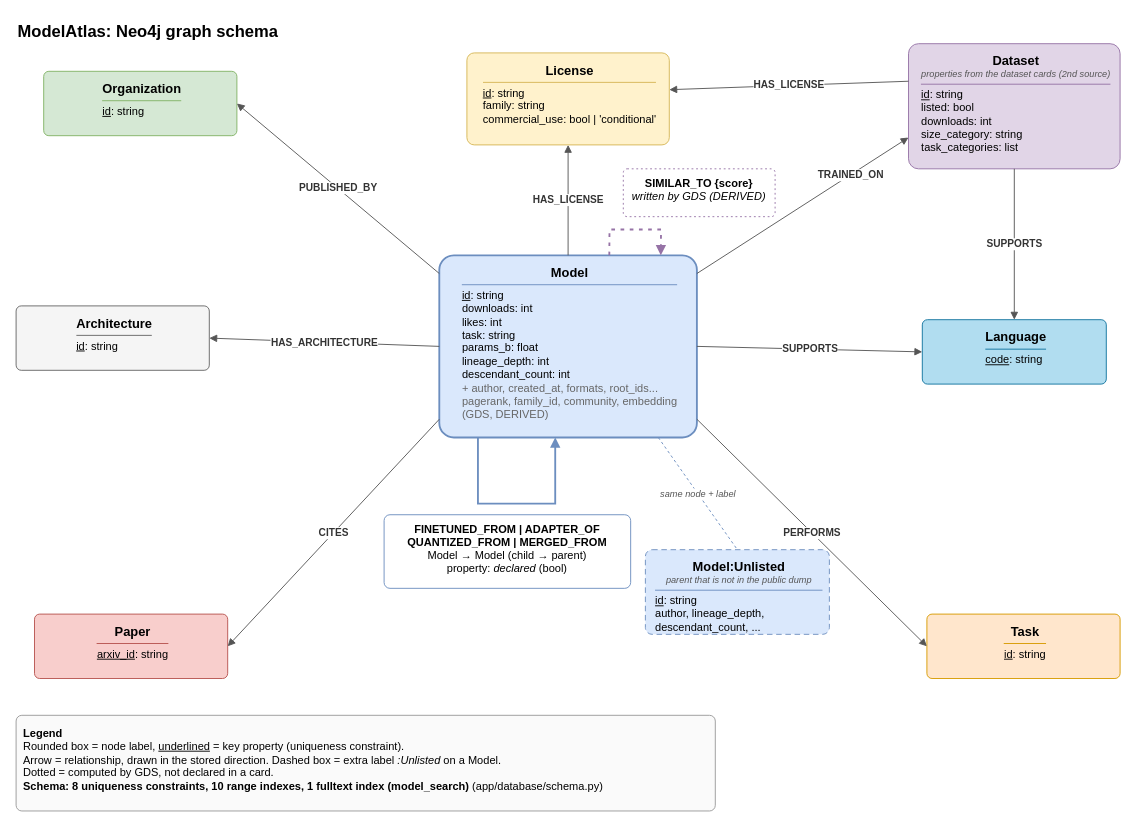
mariusrang/ModelAtlas keeps this draw.io diagram as docs/diagrams/graph_schema.drawio. Above is the earlier version. Source tidied: cells renumbered, new cells numbered last; positions are measured from the earlier drawing's top-left corner, leaving out a move shared by most shapes. Both pictures are drawn from the tidied source at 92%, with x=0, y=0 at pixel (16, 16).
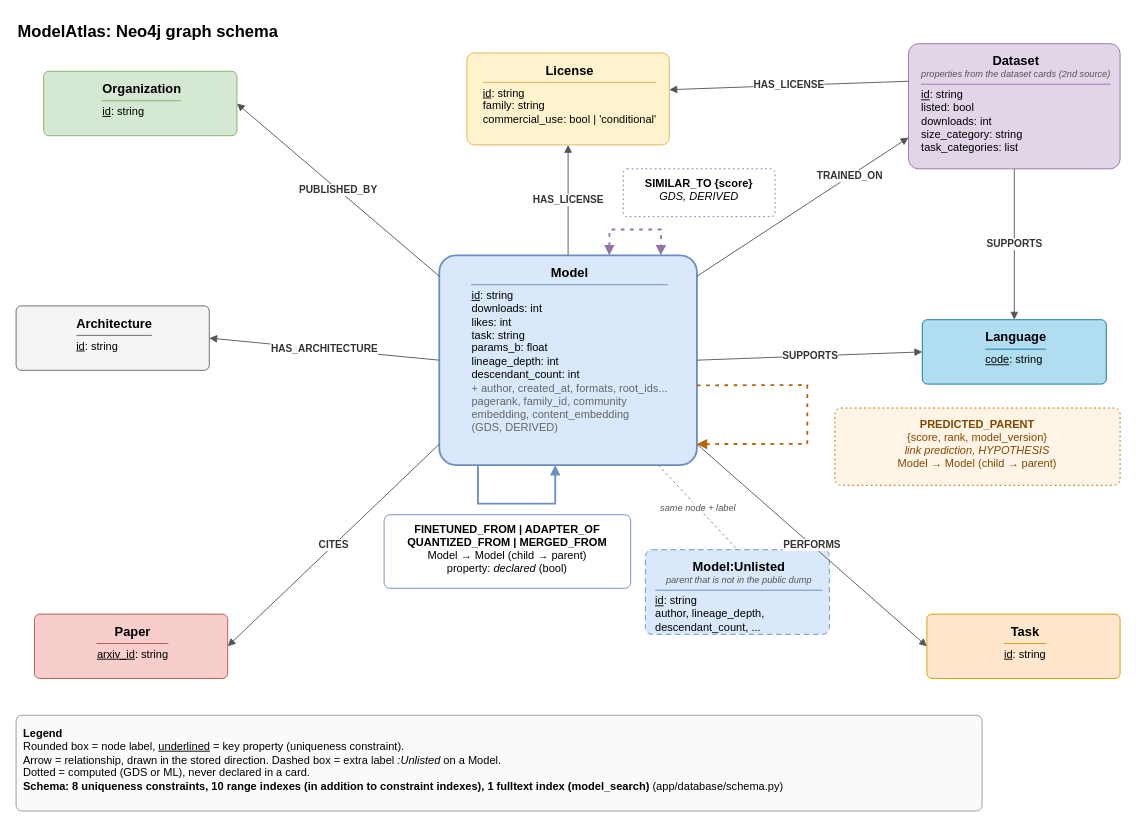
After the change.

Commit message (it also covers changes not shown here):
docs: add dataset licenses, GDS results and predicted parents to the graph schema

Diff of the diagram source:
```diff
@@
-    <mxCell id="3" value="&lt;div style=&quot;text-align:center;font-size:14px&quot;&gt;&lt;b&gt;Model&lt;/b&gt;&lt;/div&gt;&lt;hr style=&quot;border:none;border-top:1px solid #6c8ebf;margin:4px 0&quot;&gt;&lt;div style=&quot;text-align:left&quot;&gt;&lt;u&gt;id&lt;/u&gt;: string&lt;br&gt;downloads: int&lt;br&gt;likes: int&lt;br&gt;task: string&lt;br&gt;params_b: float&lt;br&gt;lineage_depth: int&lt;br&gt;descendant_count: int&lt;br&gt;&lt;span style='color:#666666'&gt;+ author, created_at, formats, root_ids...&lt;/span&gt;&lt;br&gt;&lt;span style='color:#666666'&gt;pagerank, family_id, community, embedding&lt;br&gt;(GDS, DERIVED)&lt;/span&gt;&lt;/div&gt;" style="rounded=1;arcSize=8;whiteSpace=wrap;html=1;align=center;verticalAlign=top;spacingLeft=10;spacingTop=4;spacingRight=6;fontSize=12;fontFamily=Helvetica;fillColor=#dae8fc;strokeColor=#6c8ebf;strokeWidth=2;" parent="1" vertex="1">
-      <mxGeometry x="460" y="260" width="280" height="198" as="geometry" />
+    <mxCell id="3" value="&lt;div style=&quot;text-align:center;font-size:14px&quot;&gt;&lt;b&gt;Model&lt;/b&gt;&lt;/div&gt;&lt;hr style=&quot;border:none;border-top:1px solid #6c8ebf;margin:4px 0&quot;&gt;&lt;div style=&quot;text-align:left&quot;&gt;&lt;u&gt;id&lt;/u&gt;: string&lt;br&gt;downloads: int&lt;br&gt;likes: int&lt;br&gt;task: string&lt;br&gt;params_b: float&lt;br&gt;lineage_depth: int&lt;br&gt;descendant_count: int&lt;br&gt;&lt;span style='color:#666666'&gt;+ author, created_at, formats, root_ids...&lt;/span&gt;&lt;br&gt;&lt;span style='color:#666666'&gt;pagerank, family_id, community&lt;br&gt;embedding, content_embedding&lt;br&gt;(GDS, DERIVED)&lt;/span&gt;&lt;/div&gt;" style="rounded=1;arcSize=8;whiteSpace=wrap;html=1;align=center;verticalAlign=top;spacingLeft=10;spacingTop=4;spacingRight=6;fontSize=12;fontFamily=Helvetica;fillColor=#dae8fc;strokeColor=#6c8ebf;strokeWidth=2;" parent="1" vertex="1">
+      <mxGeometry x="460" y="260" width="280" height="228" as="geometry" />
     </mxCell>
@@
-    <mxCell id="23" style="endArrow=block;endFill=1;html=1;rounded=0;fontSize=11;fontStyle=1;labelBackgroundColor=#ffffff;strokeColor=#555555;fontColor=#333333;dashed=1;dashPattern=2 3;strokeWidth=2;strokeColor=#9673a6;exitX=0.66;exitY=0;exitDx=0;exitDy=0;entryX=0.86;entryY=0;entryDx=0;entryDy=0;" parent="1" edge="1" source="3" target="3">
+    <mxCell id="23" style="endArrow=block;endFill=1;html=1;rounded=0;fontSize=11;fontStyle=1;labelBackgroundColor=#ffffff;strokeColor=#555555;fontColor=#333333;dashed=1;dashPattern=2 3;strokeWidth=2;strokeColor=#9673a6;exitX=0.66;exitY=0;exitDx=0;exitDy=0;entryX=0.86;entryY=0;entryDx=0;entryDy=0;startArrow=block;startFill=1;" parent="1" edge="1" source="3" target="3">
       <mxGeometry relative="1" as="geometry">
         <Array as="points">
           <mxPoint x="645" y="232" />
           <mxPoint x="701" y="232" />
         </Array>
       </mxGeometry>
     </mxCell>
-    <mxCell id="24" value="&lt;b&gt;SIMILAR_TO {score}&lt;/b&gt;&lt;br&gt;&lt;i&gt;written by GDS (DERIVED)&lt;/i&gt;" style="text;html=1;whiteSpace=wrap;align=left;verticalAlign=top;fontSize=12;align=center;spacing=4;fillColor=#ffffff;strokeColor=#9673a6;dashed=1;dashPattern=2 3;rounded=1;arcSize=8;" parent="1" vertex="1">
+    <mxCell id="24" value="&lt;b&gt;SIMILAR_TO {score}&lt;/b&gt;&lt;br&gt;&lt;i&gt;GDS, DERIVED&lt;/i&gt;" style="text;html=1;whiteSpace=wrap;align=left;verticalAlign=top;fontSize=12;align=center;spacing=4;fillColor=#ffffff;strokeColor=#9673a6;dashed=1;dashPattern=2 3;rounded=1;arcSize=8;" parent="1" vertex="1">
       <mxGeometry x="660" y="166" width="165" height="52" as="geometry" />
     </mxCell>
@@
-    <mxCell id="26" value="&lt;b&gt;Legend&lt;/b&gt;&lt;br&gt;Rounded box = node label, &lt;u&gt;underlined&lt;/u&gt; = key property (uniqueness constraint).&lt;br&gt;Arrow = relationship, drawn in the stored direction. Dashed box = extra label &lt;i&gt;:Unlisted&lt;/i&gt; on a Model.&lt;br&gt;Dotted = computed by GDS, not declared in a card.&lt;br&gt;&lt;b&gt;Schema: 8 uniqueness constraints, 10 range indexes, 1 fulltext index (model_search)&lt;/b&gt; (app/database/schema.py)" style="text;html=1;whiteSpace=wrap;align=left;verticalAlign=top;fontSize=12;spacing=8;fillColor=#fafafa;strokeColor=#999999;rounded=1;arcSize=6;" parent="1" vertex="1">
-      <mxGeometry y="760" width="760" height="104" as="geometry" />
+    <mxCell id="26" value="&lt;b&gt;Legend&lt;/b&gt;&lt;br&gt;Rounded box = node label, &lt;u&gt;underlined&lt;/u&gt; = key property (uniqueness constraint).&lt;br&gt;Arrow = relationship, drawn in the stored direction. Dashed box = extra label &lt;i&gt;:Unlisted&lt;/i&gt; on a Model.&lt;br&gt;Dotted = computed (GDS or ML), never declared in a card.&lt;br&gt;&lt;b&gt;Schema: 8 uniqueness constraints, 10 range indexes (in addition to constraint indexes), 1 fulltext index (model_search)&lt;/b&gt; (app/database/schema.py)" style="text;html=1;whiteSpace=wrap;align=left;verticalAlign=top;fontSize=12;spacing=8;fillColor=#fafafa;strokeColor=#999999;rounded=1;arcSize=6;" parent="1" vertex="1">
+      <mxGeometry y="760" width="1050" height="104" as="geometry" />
     </mxCell>
+    <mxCell id="27" style="endArrow=block;endFill=1;html=1;rounded=0;dashed=1;dashPattern=2 3;strokeWidth=2;strokeColor=#b46504;exitX=1;exitY=0.62;exitDx=0;exitDy=0;entryX=1;entryY=0.9;entryDx=0;entryDy=0;" parent="1" edge="1" source="3" target="3">
+      <mxGeometry relative="1" as="geometry">
+        <Array as="points">
+          <mxPoint x="860" y="401" />
+          <mxPoint x="860" y="465" />
+        </Array>
+      </mxGeometry>
+    </mxCell>
+    <mxCell id="28" value="&lt;b&gt;PREDICTED_PARENT&lt;/b&gt;&lt;br&gt;{score, rank, model_version}&lt;br&gt;&lt;i&gt;link prediction, HYPOTHESIS&lt;/i&gt;&lt;br&gt;Model → Model (child → parent)" style="text;html=1;whiteSpace=wrap;align=center;verticalAlign=top;fontSize=12;spacing=6;fillColor=#fff4e6;strokeColor=#b46504;fontColor=#804800;dashed=1;dashPattern=2 3;rounded=1;arcSize=8;" parent="1" vertex="1">
+      <mxGeometry x="890" y="426" width="310" height="84" as="geometry" />
+    </mxCell>
```
